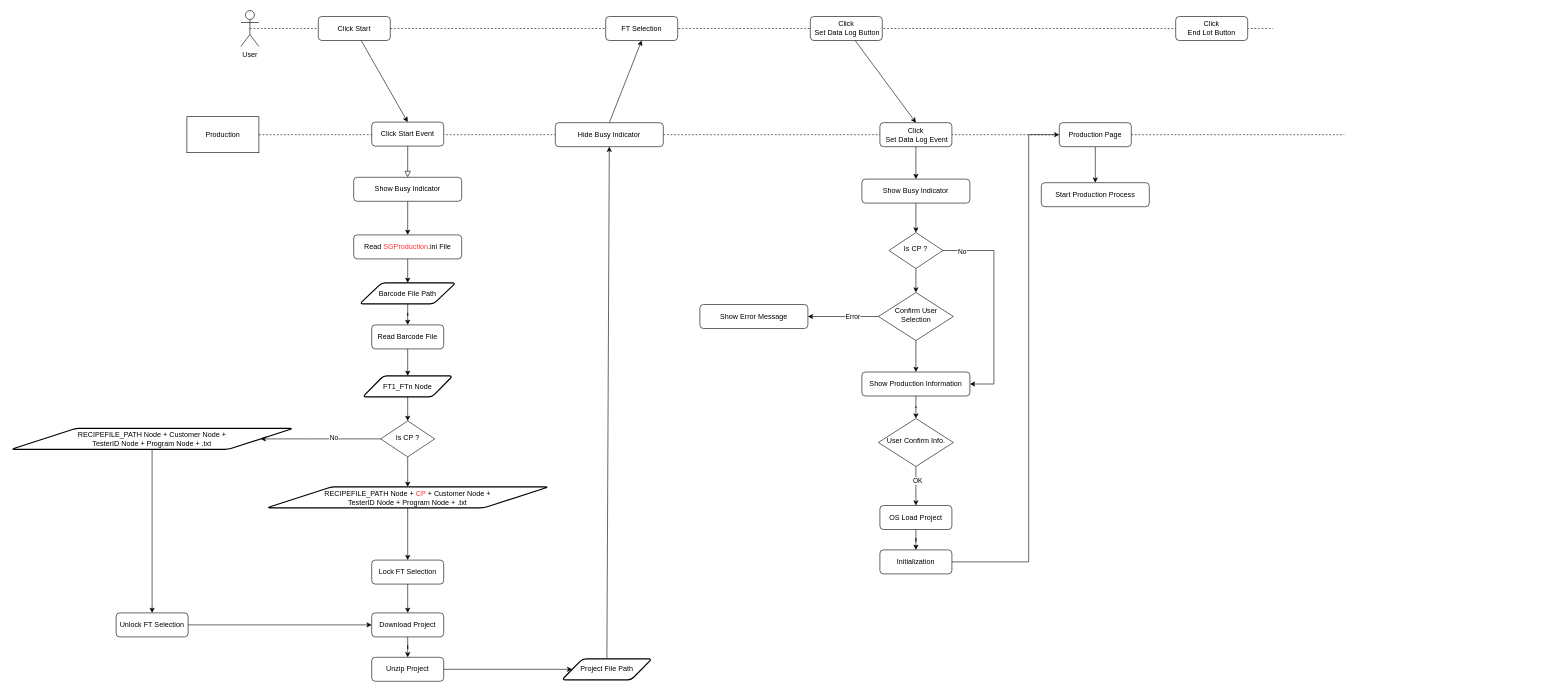
This is page "Page-1" (1 of 2) of SG9KG5/Production.drawio from Jasson-Chou/Software-Projects, a draw.io file, before an edit. Source tidied: cells renumbered, new cells numbered last; positions are measured from the earlier drawing's top-left corner, leaving out a move shared by most shapes. Both pictures are drawn from the tidied source at 60%, with x=0, y=0 at pixel (11, 10).
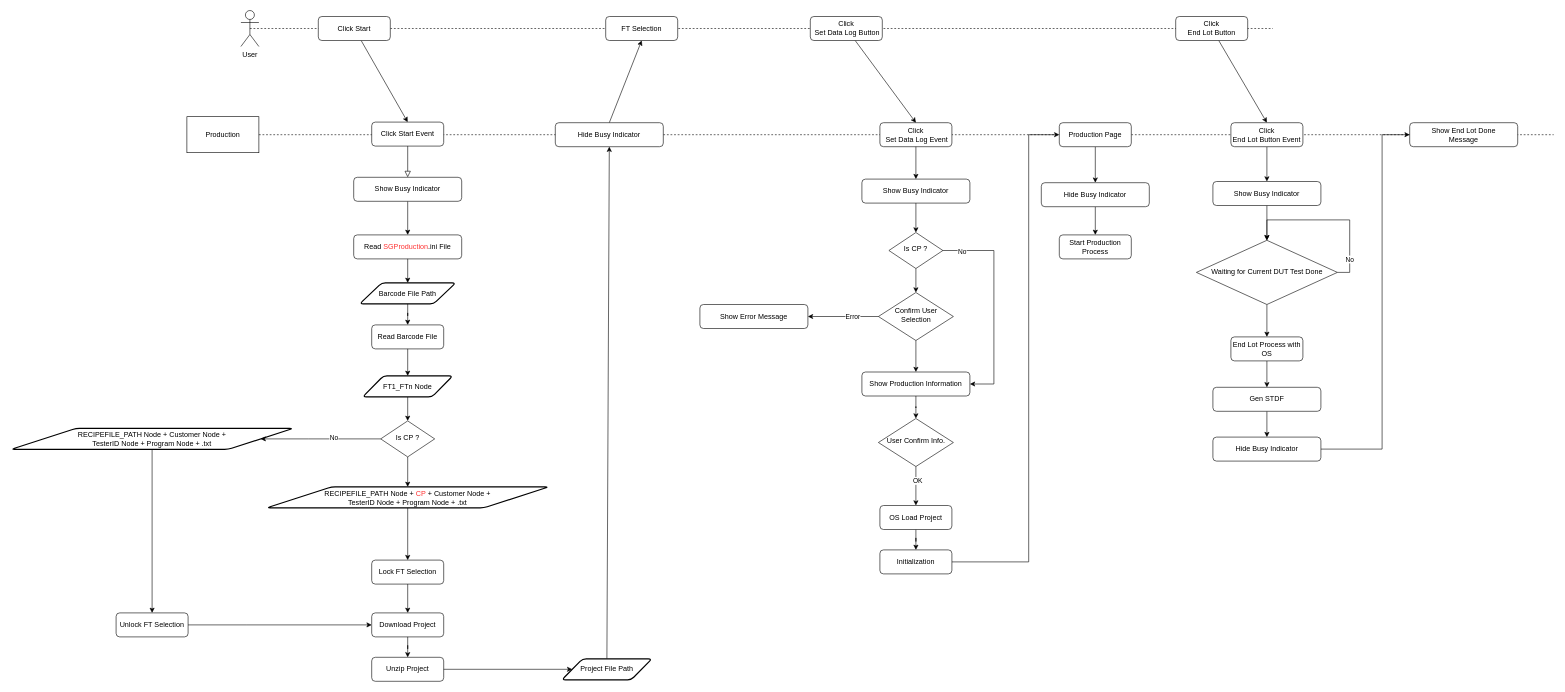
The same diagram, later.

The change refers to these unchanged cells:
```xml
<mxCell id="38" value="Hide Busy Indicator" style="rounded=1;whiteSpace=wrap;html=1;fontSize=12;glass=0;strokeWidth=1;shadow=0;" parent="1" vertex="1">
  <mxGeometry x="907" y="187" width="180" height="40" as="geometry" />
</mxCell>
<mxCell id="69" value="Click&lt;br&gt;End Lot Button" style="rounded=1;whiteSpace=wrap;html=1;fontSize=12;glass=0;strokeWidth=1;shadow=0;" parent="1" vertex="1">
  <mxGeometry x="1941" y="10" width="120" height="40" as="geometry" />
</mxCell>
```

The edit, as a diff of the source:
```diff
@@
     <mxCell id="5" style="endArrow=none;dashed=1;html=1;exitX=1;exitY=0.5;exitDx=0;exitDy=0;startArrow=none;" parent="1" edge="1" source="38">
       <mxGeometry relative="1" as="geometry">
-        <mxPoint x="2222" y="207" as="targetPoint" />
+        <mxPoint x="2571" y="207" as="targetPoint" />
       </mxGeometry>
     </mxCell>
@@
+    <mxCell id="70" style="edgeStyle=orthogonalEdgeStyle;rounded=0;jettySize=auto;html=1;entryX=0.5;entryY=0;entryDx=0;entryDy=0;" parent="1" edge="1" source="49" target="80">
+      <mxGeometry relative="1" as="geometry" />
+    </mxCell>
-    <mxCell id="49" value="Start Production Process" style="rounded=1;whiteSpace=wrap;html=1;fontSize=12;glass=0;strokeWidth=1;shadow=0;" parent="1" vertex="1">
+    <mxCell id="49" value="Hide Busy Indicator" style="rounded=1;whiteSpace=wrap;html=1;fontSize=12;glass=0;strokeWidth=1;shadow=0;" parent="1" vertex="1">
       <mxGeometry x="1717" y="287" width="180" height="40" as="geometry" />
     </mxCell>
@@
+    <mxCell id="71" style="rounded=0;jettySize=auto;html=1;entryX=0.5;entryY=0;entryDx=0;entryDy=0;" parent="1" edge="1" source="69" target="73">
+      <mxGeometry relative="1" as="geometry" />
+    </mxCell>
@@
+    <mxCell id="72" style="edgeStyle=none;rounded=0;jettySize=auto;html=1;entryX=0.5;entryY=0;entryDx=0;entryDy=0;" parent="1" edge="1" source="73" target="75">
+      <mxGeometry relative="1" as="geometry" />
+    </mxCell>
+    <mxCell id="73" value="Click&lt;br&gt;End Lot Button Event" style="rounded=1;whiteSpace=wrap;html=1;fontSize=12;glass=0;strokeWidth=1;shadow=0;" parent="1" vertex="1">
+      <mxGeometry x="2033" y="187" width="120" height="40" as="geometry" />
+    </mxCell>
+    <mxCell id="74" style="edgeStyle=none;rounded=0;jettySize=auto;html=1;entryX=0.5;entryY=0;entryDx=0;entryDy=0;entryPerimeter=0;" parent="1" edge="1" source="75" target="79">
+      <mxGeometry relative="1" as="geometry" />
+    </mxCell>
+    <mxCell id="75" value="Show Busy Indicator" style="rounded=1;whiteSpace=wrap;html=1;fontSize=12;glass=0;strokeWidth=1;shadow=0;" parent="1" vertex="1">
+      <mxGeometry x="2003" y="285" width="180" height="40" as="geometry" />
+    </mxCell>
+    <mxCell id="76" style="edgeStyle=orthogonalEdgeStyle;rounded=0;orthogonalLoop=1;jettySize=auto;html=1;exitX=1;exitY=0.5;exitDx=0;exitDy=0;entryX=0.5;entryY=0;entryDx=0;entryDy=0;" parent="1" edge="1" source="79" target="79">
+      <mxGeometry relative="1" as="geometry">
+        <Array as="points">
+          <mxPoint x="2231" y="436" />
+          <mxPoint x="2231" y="349" />
+          <mxPoint x="2093" y="349" />
+        </Array>
+      </mxGeometry>
+    </mxCell>
+    <mxCell id="77" value="No" style="edgeLabel;html=1;align=center;verticalAlign=middle;" parent="76" vertex="1">
+      <mxGeometry x="-0.69" y="1" relative="1" as="geometry" />
+    </mxCell>
+    <mxCell id="78" style="edgeStyle=orthogonalEdgeStyle;rounded=0;jettySize=auto;html=1;entryX=0.5;entryY=0;entryDx=0;entryDy=0;" parent="1" edge="1" source="79" target="82">
+      <mxGeometry relative="1" as="geometry" />
+    </mxCell>
+    <mxCell id="79" value="Waiting for Current DUT Test Done" style="rhombus;whiteSpace=wrap;html=1;shadow=0;fontFamily=Helvetica;fontSize=12;align=center;strokeWidth=1;spacing=6;spacingTop=-4;" parent="1" vertex="1">
+      <mxGeometry x="1975.5" y="383" width="235" height="107" as="geometry" />
+    </mxCell>
+    <mxCell id="80" value="Start Production Process" style="rounded=1;whiteSpace=wrap;html=1;fontSize=12;glass=0;strokeWidth=1;shadow=0;" parent="1" vertex="1">
+      <mxGeometry x="1747" y="374" width="120" height="40" as="geometry" />
+    </mxCell>
+    <mxCell id="81" style="edgeStyle=orthogonalEdgeStyle;rounded=0;jettySize=auto;html=1;entryX=0.5;entryY=0;entryDx=0;entryDy=0;" parent="1" edge="1" source="82" target="85">
+      <mxGeometry relative="1" as="geometry" />
+    </mxCell>
+    <mxCell id="82" value="End Lot Process with OS" style="rounded=1;whiteSpace=wrap;html=1;fontSize=12;glass=0;strokeWidth=1;shadow=0;" parent="1" vertex="1">
+      <mxGeometry x="2033" y="544" width="120" height="40" as="geometry" />
+    </mxCell>
+    <mxCell id="83" style="edgeStyle=orthogonalEdgeStyle;rounded=0;jettySize=auto;html=1;entryX=0;entryY=0.5;entryDx=0;entryDy=0;exitX=1;exitY=0.5;exitDx=0;exitDy=0;" parent="1" edge="1" source="87" target="86">
+      <mxGeometry relative="1" as="geometry">
+        <Array as="points">
+          <mxPoint x="2285" y="731" />
+          <mxPoint x="2285" y="207" />
+        </Array>
+      </mxGeometry>
+    </mxCell>
+    <mxCell id="84" style="edgeStyle=orthogonalEdgeStyle;rounded=0;jettySize=auto;html=1;entryX=0.5;entryY=0;entryDx=0;entryDy=0;" parent="1" edge="1" source="85" target="87">
+      <mxGeometry relative="1" as="geometry" />
+    </mxCell>
+    <mxCell id="85" value="Gen STDF" style="rounded=1;whiteSpace=wrap;html=1;fontSize=12;glass=0;strokeWidth=1;shadow=0;" parent="1" vertex="1">
+      <mxGeometry x="2003" y="628" width="180" height="40" as="geometry" />
+    </mxCell>
+    <mxCell id="86" value="Show End Lot Done &lt;br&gt;Message" style="rounded=1;whiteSpace=wrap;html=1;fontSize=12;glass=0;strokeWidth=1;shadow=0;" parent="1" vertex="1">
+      <mxGeometry x="2331" y="187" width="180" height="40" as="geometry" />
+    </mxCell>
+    <mxCell id="87" value="Hide Busy Indicator" style="rounded=1;whiteSpace=wrap;html=1;fontSize=12;glass=0;strokeWidth=1;shadow=0;" parent="1" vertex="1">
+      <mxGeometry x="2003" y="711" width="180" height="40" as="geometry" />
+    </mxCell>
```
